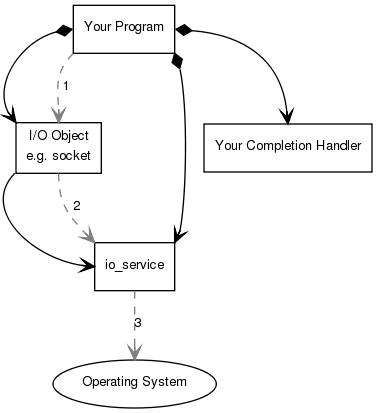
This is doc/overview/async_op1.png from boostorg/asio, a Graphviz export, as it was before one commit. Its source is kept beside it as doc/overview/async_op1.dot.
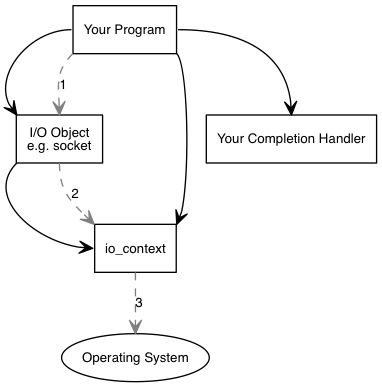
Later version of the same file.

Commit message:
Update diagrams to use io_context rather than io_service.

What changed in the source:
```diff
@@ -27,7 +27,7 @@
 
   {
     operating_system [ label="Operating System", shape=ellipse ];
-    io_service [ label="io_service" ];
+    io_context [ label="io_context" ];
     io_object [ label="I/O Object\ne.g. socket" ];
     your_program [ label="Your Program" ];
     your_completion_handler [ label="Your Completion Handler" ];
@@ -37,11 +37,11 @@
     edge [ arrowtail="diamond" ];
     your_program:e -> your_completion_handler:n;
     your_program:w -> io_object:nw;
-    your_program:se -> io_service:ne;
+    your_program:se -> io_context:ne;
   }
 
   {
-    io_object:sw -> io_service:w;
+    io_object:sw -> io_context:w;
   }
 
   {
@@ -49,8 +49,8 @@
 
     {
       your_program:sw -> io_object:n [ label="1" ];
-      io_object:s -> io_service:nw [ label="2" ];
-      io_service:s -> operating_system:n [ label="3" ];
+      io_object:s -> io_context:nw [ label="2" ];
+      io_context:s -> operating_system:n [ label="3" ];
     }
   }
 
@@ -58,12 +58,12 @@
     edge [ style="invis" ];
 
     {
-      your_program:s -> io_service:n [ label="5" ];
+      your_program:s -> io_context:n [ label="5" ];
     }
 
     {
       edge [ arrowhead="none", arrowtail="open" ];
-      your_completion_handler:s -> io_service:e [ label="6" ];
+      your_completion_handler:s -> io_context:e [ label="6" ];
     }
   }
 }
```
